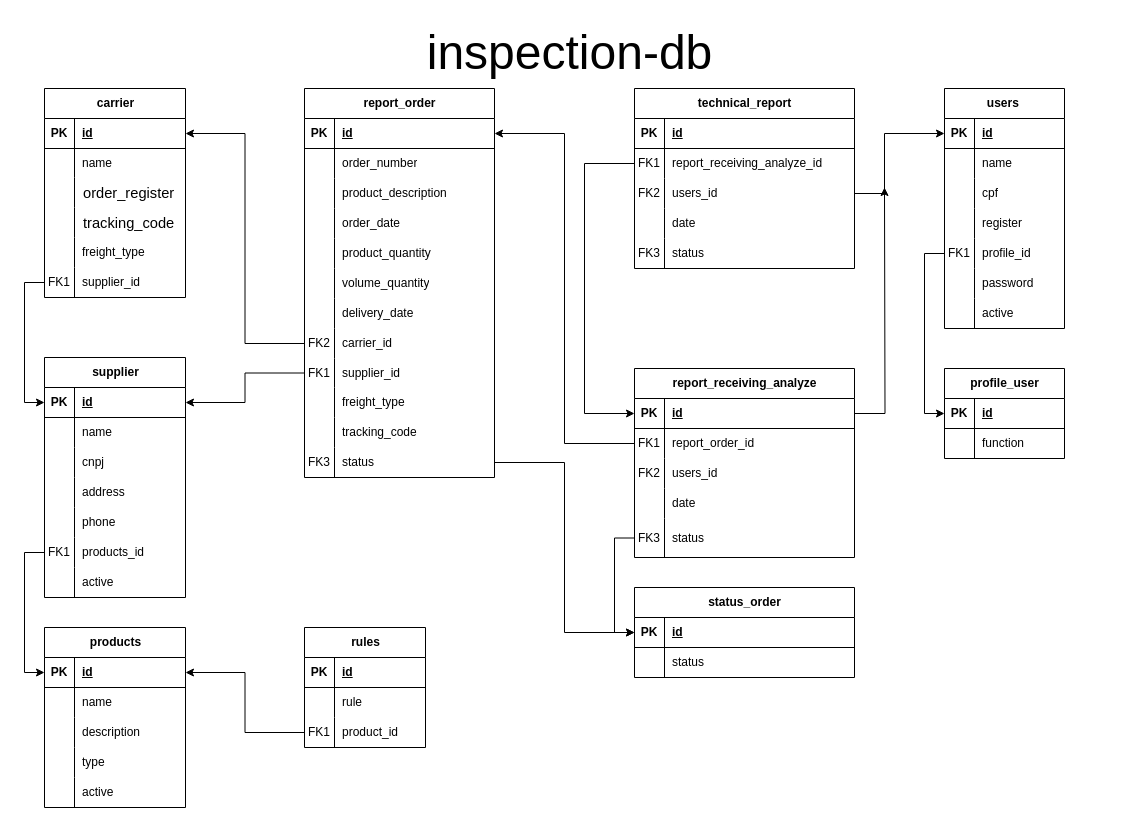
Earlier version of the draw.io diagram api-2023.drawio (acorreac/drafts). Source tidied: cells renumbered, new cells numbered last; positions are measured from the earlier drawing's top-left corner, leaving out a move shared by most shapes. Both pictures are drawn from the tidied source at 100%, with x=0, y=0 at pixel (44, 17).
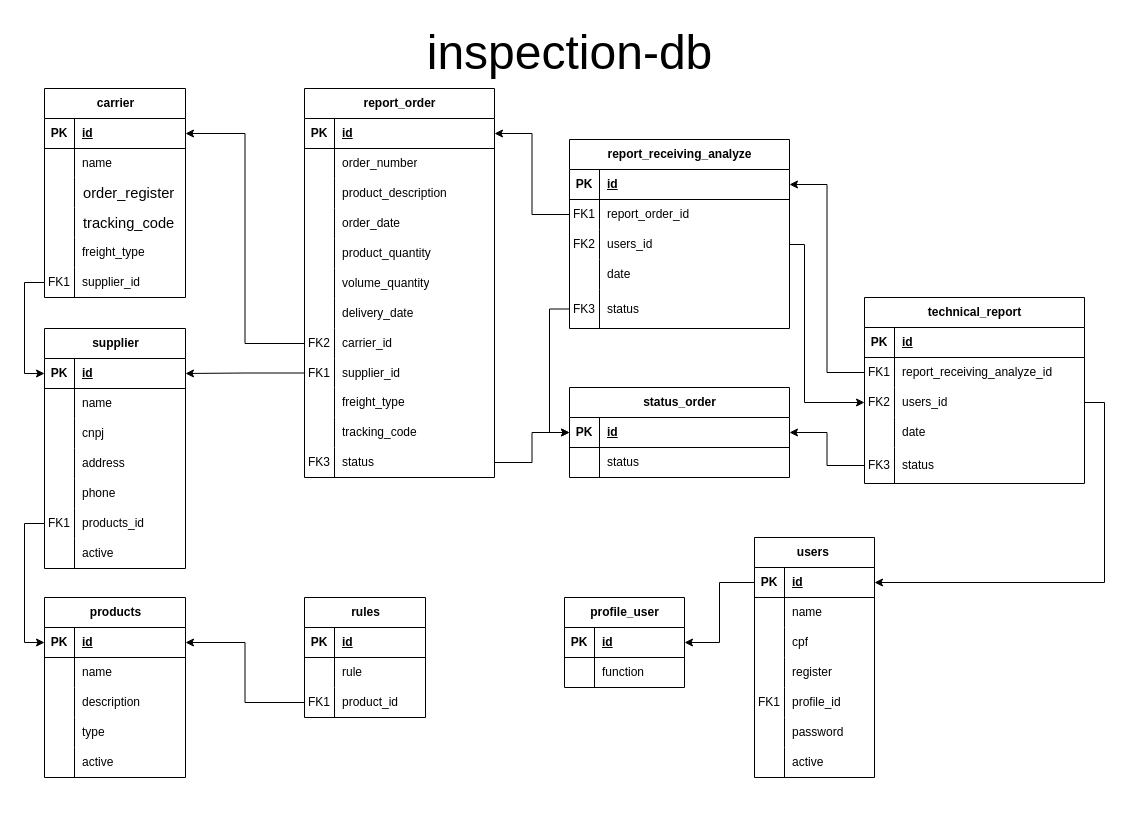
After the change.

The change refers to these unchanged cells:
```xml
<mxCell id="4" style="shape=tableRow;horizontal=0;startSize=0;swimlaneHead=0;swimlaneBody=0;fillColor=none;points=[[0,0.5],[1,0.5]];portConstraint=eastwest;top=0;left=0;right=0;bottom=1;" parent="3" vertex="1">
  <mxGeometry y="30" width="120" height="30" as="geometry" />
</mxCell>
<mxCell id="16" style="shape=tableRow;horizontal=0;startSize=0;swimlaneHead=0;swimlaneBody=0;fillColor=none;points=[[0,0.5],[1,0.5]];portConstraint=eastwest;top=0;left=0;right=0;bottom=0;" parent="3" vertex="1">
  <mxGeometry y="150" width="120" height="30" as="geometry" />
</mxCell>
<mxCell id="26" style="shape=tableRow;horizontal=0;startSize=0;swimlaneHead=0;swimlaneBody=0;fillColor=none;points=[[0,0.5],[1,0.5]];portConstraint=eastwest;top=0;left=0;right=0;bottom=1;" parent="25" vertex="1">
  <mxGeometry y="30" width="120" height="30" as="geometry" />
</mxCell>
<mxCell id="74" style="shape=tableRow;horizontal=0;startSize=0;swimlaneHead=0;swimlaneBody=0;fillColor=none;points=[[0,0.5],[1,0.5]];portConstraint=eastwest;top=0;left=0;right=0;bottom=1;" parent="73" vertex="1">
  <mxGeometry y="30" width="190" height="30" as="geometry" />
</mxCell>
<mxCell id="107" style="shape=tableRow;horizontal=0;startSize=0;swimlaneHead=0;swimlaneBody=0;fillColor=none;points=[[0,0.5],[1,0.5]];portConstraint=eastwest;top=0;left=0;right=0;bottom=0;" parent="73" vertex="1">
  <mxGeometry y="359" width="190" height="30" as="geometry" />
</mxCell>
<mxCell id="111" style="shape=tableRow;horizontal=0;startSize=0;swimlaneHead=0;swimlaneBody=0;fillColor=none;points=[[0,0.5],[1,0.5]];portConstraint=eastwest;top=0;left=0;right=0;bottom=1;" parent="110" vertex="1">
  <mxGeometry y="30" width="220" height="30" as="geometry" />
</mxCell>
<mxCell id="114" style="shape=tableRow;horizontal=0;startSize=0;swimlaneHead=0;swimlaneBody=0;fillColor=none;points=[[0,0.5],[1,0.5]];portConstraint=eastwest;top=0;left=0;right=0;bottom=0;" parent="110" vertex="1">
  <mxGeometry y="60" width="220" height="30" as="geometry" />
</mxCell>
<mxCell id="117" style="shape=tableRow;horizontal=0;startSize=0;swimlaneHead=0;swimlaneBody=0;fillColor=none;points=[[0,0.5],[1,0.5]];portConstraint=eastwest;top=0;left=0;right=0;bottom=0;" parent="110" vertex="1">
  <mxGeometry y="90" width="220" height="30" as="geometry" />
</mxCell>
<mxCell id="123" style="shape=tableRow;horizontal=0;startSize=0;swimlaneHead=0;swimlaneBody=0;fillColor=none;points=[[0,0.5],[1,0.5]];portConstraint=eastwest;top=0;left=0;right=0;bottom=0;" parent="110" vertex="1">
  <mxGeometry y="150" width="220" height="39" as="geometry" />
</mxCell>
<mxCell id="131" style="shape=tableRow;horizontal=0;startSize=0;swimlaneHead=0;swimlaneBody=0;fillColor=none;points=[[0,0.5],[1,0.5]];portConstraint=eastwest;top=0;left=0;right=0;bottom=0;" parent="127" vertex="1">
  <mxGeometry y="60" width="220" height="30" as="geometry" />
</mxCell>
<mxCell id="134" style="shape=tableRow;horizontal=0;startSize=0;swimlaneHead=0;swimlaneBody=0;fillColor=none;points=[[0,0.5],[1,0.5]];portConstraint=eastwest;top=0;left=0;right=0;bottom=0;" parent="127" vertex="1">
  <mxGeometry y="90" width="220" height="30" as="geometry" />
</mxCell>
<mxCell id="178" style="shape=tableRow;horizontal=0;startSize=0;swimlaneHead=0;swimlaneBody=0;fillColor=none;points=[[0,0.5],[1,0.5]];portConstraint=eastwest;top=0;left=0;right=0;bottom=1;" parent="177" vertex="1">
  <mxGeometry y="30" width="220" height="30" as="geometry" />
</mxCell>
```

The edit, as a diff of the source:
```diff
@@
     <mxCell id="3" value="users&lt;span style=&quot;white-space: pre;&quot;&gt; &lt;/span&gt;" style="shape=table;startSize=30;childLayout=tableLayout;rowLines=0;fontStyle=1;align=center;html=1;" parent="1" vertex="1">
-      <mxGeometry x="900" y="71" width="120" height="240" as="geometry" />
+      <mxGeometry x="710" y="520" width="120" height="240" as="geometry" />
     </mxCell>
@@
     <mxCell id="25" value="profile_user" style="shape=table;startSize=30;childLayout=tableLayout;rowLines=0;fontStyle=1;align=center;html=1;" parent="1" vertex="1">
-      <mxGeometry x="900" y="351" width="120" height="90" as="geometry" />
+      <mxGeometry x="520" y="580" width="120" height="90" as="geometry" />
     </mxCell>
@@
     <mxCell id="32" value="supplier" style="shape=table;startSize=30;childLayout=tableLayout;rowLines=0;fontStyle=1;align=center;html=1;" parent="1" vertex="1">
-      <mxGeometry y="340" width="141" height="240" as="geometry" />
+      <mxGeometry y="311" width="141" height="240" as="geometry" />
     </mxCell>
@@
     <mxCell id="110" value="report_receiving_analyze" style="shape=table;startSize=30;childLayout=tableLayout;rowLines=0;fontStyle=1;align=center;html=1;fillColor=none;" parent="1" vertex="1">
-      <mxGeometry x="590" y="351" width="220" height="189" as="geometry" />
+      <mxGeometry x="525" y="122" width="220" height="189" as="geometry" />
     </mxCell>
@@
-    <mxCell id="126" style="edgeStyle=orthogonalEdgeStyle;rounded=0;jettySize=auto;html=1;exitX=0;exitY=0.5;exitDx=0;exitDy=0;entryX=1;entryY=0.5;entryDx=0;entryDy=0;" parent="1" edge="1" source="114" target="74">
-      <mxGeometry relative="1" as="geometry" />
-    </mxCell>
     <mxCell id="127" value="technical_report " style="shape=table;startSize=30;childLayout=tableLayout;rowLines=0;fontStyle=1;align=center;html=1;fillColor=none;" parent="1" vertex="1">
-      <mxGeometry x="590" y="71" width="220" height="180" as="geometry" />
+      <mxGeometry x="820" y="280" width="220" height="186" as="geometry" />
     </mxCell>
@@
     <mxCell id="140" style="shape=tableRow;horizontal=0;startSize=0;swimlaneHead=0;swimlaneBody=0;fillColor=none;points=[[0,0.5],[1,0.5]];portConstraint=eastwest;top=0;left=0;right=0;bottom=0;" parent="127" vertex="1">
-      <mxGeometry y="150" width="220" height="30" as="geometry" />
+      <mxGeometry y="150" width="220" height="36" as="geometry" />
     </mxCell>
     <mxCell id="141" value="FK3" style="shape=partialRectangle;fillColor=none;top=0;left=0;bottom=0;right=0;overflow=hidden;whiteSpace=wrap;html=1;" parent="140" vertex="1">
-      <mxGeometry width="30" height="30" as="geometry" />
+      <mxGeometry width="30" height="36" as="geometry" />
     </mxCell>
     <mxCell id="142" value="status" style="shape=partialRectangle;fillColor=none;top=0;left=0;bottom=0;right=0;align=left;spacingLeft=6;overflow=hidden;whiteSpace=wrap;html=1;" parent="140" vertex="1">
-      <mxGeometry x="30" width="190" height="30" as="geometry" />
+      <mxGeometry x="30" width="190" height="36" as="geometry" />
     </mxCell>
-    <mxCell id="143" style="edgeStyle=orthogonalEdgeStyle;rounded=0;jettySize=auto;html=1;exitX=0;exitY=0.5;exitDx=0;exitDy=0;entryX=0;entryY=0.5;entryDx=0;entryDy=0;" parent="1" edge="1" source="131" target="111">
-      <mxGeometry relative="1" as="geometry">
-        <Array as="points">
-          <mxPoint x="540" y="146" />
-          <mxPoint x="540" y="396" />
-        </Array>
-      </mxGeometry>
-    </mxCell>
-    <mxCell id="144" style="edgeStyle=orthogonalEdgeStyle;rounded=0;jettySize=auto;html=1;exitX=1;exitY=0.5;exitDx=0;exitDy=0;entryX=0;entryY=0.5;entryDx=0;entryDy=0;" parent="1" edge="1" source="134" target="4">
-      <mxGeometry relative="1" as="geometry">
-        <Array as="points">
-          <mxPoint x="840" y="176" />
-          <mxPoint x="840" y="116" />
-        </Array>
-      </mxGeometry>
-    </mxCell>
-    <mxCell id="145" style="edgeStyle=orthogonalEdgeStyle;rounded=0;jettySize=auto;html=1;exitX=0;exitY=0.5;exitDx=0;exitDy=0;entryX=0;entryY=0.5;entryDx=0;entryDy=0;" parent="1" edge="1" source="16" target="26">
-      <mxGeometry relative="1" as="geometry" />
-    </mxCell>
@@
     <mxCell id="149" value="products" style="shape=table;startSize=30;childLayout=tableLayout;rowLines=0;fontStyle=1;align=center;html=1;" parent="1" vertex="1">
-      <mxGeometry y="610" width="141" height="180" as="geometry" />
+      <mxGeometry y="580" width="141" height="180" as="geometry" />
     </mxCell>
@@
     <mxCell id="165" value="rules" style="shape=table;startSize=30;childLayout=tableLayout;rowLines=0;fontStyle=1;align=center;html=1;" parent="1" vertex="1">
-      <mxGeometry x="260" y="610" width="121" height="120" as="geometry" />
+      <mxGeometry x="260" y="580" width="121" height="120" as="geometry" />
     </mxCell>
@@
     <mxCell id="177" value="status_order" style="shape=table;startSize=30;childLayout=tableLayout;rowLines=0;fontStyle=1;align=center;html=1;fillColor=none;" parent="1" vertex="1">
-      <mxGeometry x="590" y="570" width="220" height="90" as="geometry" />
+      <mxGeometry x="525" y="370" width="220" height="90" as="geometry" />
     </mxCell>
@@
+    <mxCell id="187" style="edgeStyle=orthogonalEdgeStyle;rounded=0;jettySize=auto;html=1;entryX=1;entryY=0.5;entryDx=0;entryDy=0;fontFamily=Helvetica;fontSize=12;fontColor=default;" parent="1" edge="1" source="4" target="25">
+      <mxGeometry relative="1" as="geometry" />
+    </mxCell>
-    <mxCell id="184" style="edgeStyle=orthogonalEdgeStyle;rounded=0;jettySize=auto;html=1;exitX=1;exitY=0.5;exitDx=0;exitDy=0;entryX=0;entryY=0.5;entryDx=0;entryDy=0;" parent="1" edge="1" source="107" target="178">
+    <mxCell id="184" style="edgeStyle=orthogonalEdgeStyle;rounded=0;jettySize=auto;html=1;entryX=0;entryY=0.5;entryDx=0;entryDy=0;fontFamily=Helvetica;fontSize=12;fontColor=default;" parent="1" edge="1" source="107" target="178">
       <mxGeometry relative="1" as="geometry" />
     </mxCell>
-    <mxCell id="185" style="edgeStyle=orthogonalEdgeStyle;rounded=0;jettySize=auto;html=1;exitX=0;exitY=0.5;exitDx=0;exitDy=0;entryX=0;entryY=0.5;entryDx=0;entryDy=0;" parent="1" edge="1" source="123" target="178">
+    <mxCell id="185" style="edgeStyle=orthogonalEdgeStyle;rounded=0;jettySize=auto;html=1;exitX=0;exitY=0.5;exitDx=0;exitDy=0;entryX=0;entryY=0.5;entryDx=0;entryDy=0;fontFamily=Helvetica;fontSize=12;fontColor=default;" parent="1" edge="1" source="123" target="178">
       <mxGeometry relative="1" as="geometry" />
     </mxCell>
-    <mxCell id="186" style="edgeStyle=orthogonalEdgeStyle;rounded=0;jettySize=auto;html=1;exitX=1;exitY=0.5;exitDx=0;exitDy=0;fontFamily=Helvetica;fontSize=12;fontColor=default;" parent="1" edge="1" source="111">
-      <mxGeometry relative="1" as="geometry">
-        <mxPoint x="840" y="170" as="targetPoint" />
-      </mxGeometry>
-    </mxCell>
+    <mxCell id="188" style="edgeStyle=orthogonalEdgeStyle;rounded=0;jettySize=auto;html=1;entryX=1;entryY=0.5;entryDx=0;entryDy=0;fontFamily=Helvetica;fontSize=12;fontColor=default;" parent="1" edge="1" source="140" target="178">
+      <mxGeometry relative="1" as="geometry" />
+    </mxCell>
+    <mxCell id="144" style="edgeStyle=orthogonalEdgeStyle;rounded=0;jettySize=auto;html=1;exitX=1;exitY=0.5;exitDx=0;exitDy=0;fontFamily=Helvetica;fontSize=12;fontColor=default;" parent="1" edge="1" source="134" target="4">
+      <mxGeometry relative="1" as="geometry" />
+    </mxCell>
+    <mxCell id="126" style="edgeStyle=orthogonalEdgeStyle;rounded=0;jettySize=auto;html=1;exitX=0;exitY=0.5;exitDx=0;exitDy=0;fontFamily=Helvetica;fontSize=12;fontColor=default;" parent="1" edge="1" source="114" target="74">
+      <mxGeometry relative="1" as="geometry" />
+    </mxCell>
+    <mxCell id="143" style="edgeStyle=orthogonalEdgeStyle;rounded=0;jettySize=auto;html=1;entryX=1;entryY=0.5;entryDx=0;entryDy=0;fontFamily=Helvetica;fontSize=12;fontColor=default;" parent="1" edge="1" source="131" target="111">
+      <mxGeometry relative="1" as="geometry" />
+    </mxCell>
+    <mxCell id="189" style="edgeStyle=orthogonalEdgeStyle;rounded=0;jettySize=auto;html=1;exitX=1;exitY=0.5;exitDx=0;exitDy=0;entryX=0;entryY=0.5;entryDx=0;entryDy=0;fontFamily=Helvetica;fontSize=12;fontColor=default;" parent="1" edge="1" source="117" target="134">
+      <mxGeometry relative="1" as="geometry">
+        <Array as="points">
+          <mxPoint x="760" y="227" />
+          <mxPoint x="760" y="385" />
+        </Array>
+      </mxGeometry>
+    </mxCell>
```
